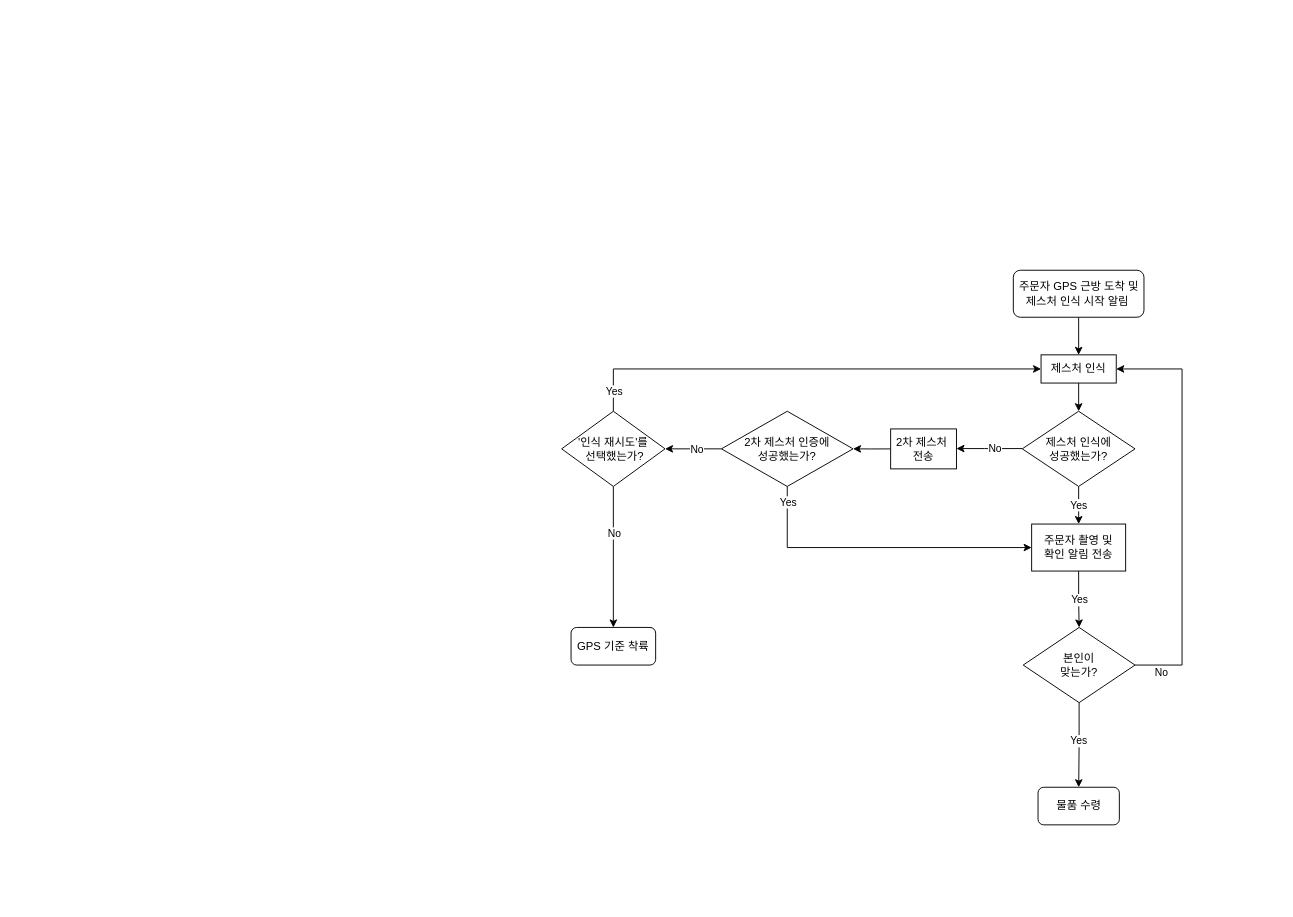
giljihun/TIL keeps this draw.io diagram as '23특허/제목 없는 다이어그램.drawio. Above is the earlier version. Source tidied: cells renumbered, new cells numbered last; positions are measured from the earlier drawing's top-left corner, leaving out a move shared by most shapes. Both pictures are drawn from the tidied source at 94%, with x=0, y=0 at pixel (561, 270).
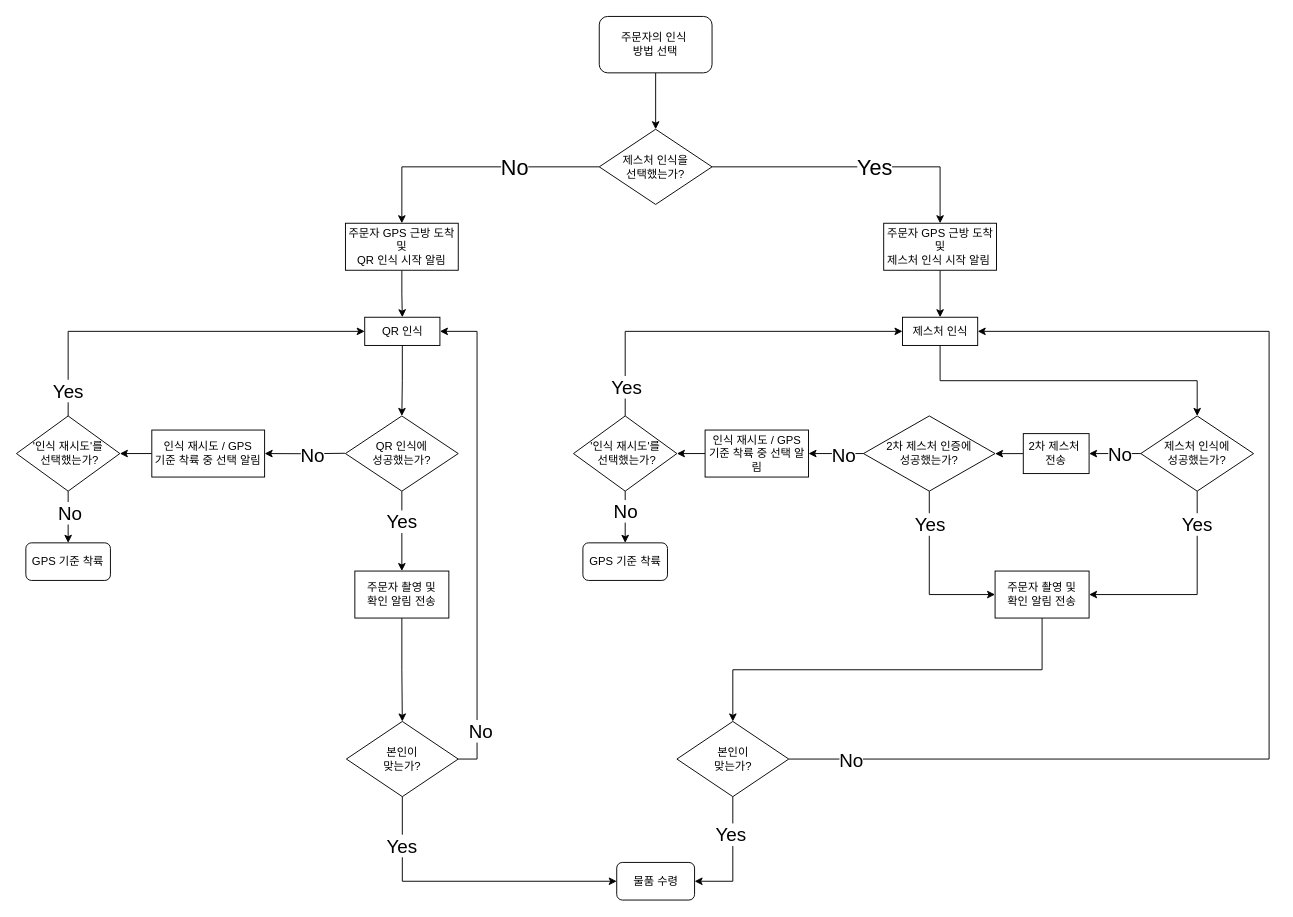
The same page after the edit.

Commit message:
특허230907.drawio 업데이트

Unchanged cells that the change refers to:
```xml
<mxCell id="13" style="edgeStyle=orthogonalEdgeStyle;rounded=0;jettySize=auto;html=1;exitX=0.5;exitY=1;exitDx=0;exitDy=0;entryX=0.5;entryY=0;entryDx=0;entryDy=0;" parent="1" edge="1" source="15" target="10">
  <mxGeometry relative="1" as="geometry" />
</mxCell>
<mxCell id="18" style="edgeStyle=orthogonalEdgeStyle;rounded=0;jettySize=auto;html=1;exitX=0.5;exitY=0;exitDx=0;exitDy=0;entryX=0;entryY=0.5;entryDx=0;entryDy=0;" parent="1" edge="1" source="22" target="29">
  <mxGeometry relative="1" as="geometry" />
</mxCell>
<mxCell id="20" style="edgeStyle=orthogonalEdgeStyle;rounded=0;jettySize=auto;html=1;exitX=0.5;exitY=1;exitDx=0;exitDy=0;entryX=0.5;entryY=0;entryDx=0;entryDy=0;" parent="1" edge="1" source="22" target="23">
  <mxGeometry relative="1" as="geometry" />
</mxCell>
```

Change to the diagram source:
```diff
@@
-    <mxCell id="2" style="edgeStyle=orthogonalEdgeStyle;rounded=0;orthogonalLoop=1;jettySize=auto;html=1;exitX=0;exitY=0.5;exitDx=0;exitDy=0;" parent="1" edge="1">
-      <mxGeometry relative="1" as="geometry">
-        <mxPoint x="490" y="189.7" as="sourcePoint" />
-        <mxPoint x="420" y="189.7" as="targetPoint" />
-        <Array as="points">
-          <mxPoint x="450" y="190" />
-          <mxPoint x="450" y="190" />
-        </Array>
-      </mxGeometry>
-    </mxCell>
-    <mxCell id="3" value="No" style="edgeLabel;html=1;align=center;verticalAlign=middle;" parent="2" vertex="1">
-      <mxGeometry x="-0.39" relative="1" as="geometry">
-        <mxPoint x="-9" as="offset" />
-      </mxGeometry>
-    </mxCell>
-    <mxCell id="4" value="Yes" style="edgeStyle=orthogonalEdgeStyle;rounded=0;jettySize=auto;html=1;exitX=0.5;exitY=1;exitDx=0;exitDy=0;entryX=0.5;entryY=0;entryDx=0;entryDy=0;" parent="1" edge="1" source="5" target="15">
-      <mxGeometry relative="1" as="geometry">
+    <mxCell id="4" value="&lt;font style=&quot;font-size: 20px;&quot;&gt;Yes&lt;/font&gt;" style="edgeStyle=orthogonalEdgeStyle;rounded=0;jettySize=auto;html=1;exitX=0.5;exitY=1;exitDx=0;exitDy=0;entryX=1;entryY=0.5;entryDx=0;entryDy=0;" parent="1" edge="1" source="5" target="15">
+      <mxGeometry x="-0.69" relative="1" as="geometry">
         <Array as="points">
-          <mxPoint x="550" y="250" />
-          <mxPoint x="550" y="250" />
+          <mxPoint x="676.1" y="345" />
         </Array>
       </mxGeometry>
     </mxCell>
+    <mxCell id="32" style="edgeStyle=orthogonalEdgeStyle;rounded=0;jettySize=auto;html=1;exitX=0;exitY=0.5;exitDx=0;exitDy=0;entryX=1;entryY=0.5;entryDx=0;entryDy=0;" parent="1" edge="1" source="5" target="17">
+      <mxGeometry relative="1" as="geometry" />
+    </mxCell>
+    <mxCell id="33" value="&lt;font style=&quot;font-size: 20px;&quot;&gt;No&lt;/font&gt;" style="edgeLabel;html=1;align=center;verticalAlign=middle;" parent="32" vertex="1">
+      <mxGeometry x="-0.18" y="-1" relative="1" as="geometry" />
+    </mxCell>
     <mxCell id="5" value="제스처 인식에&lt;br&gt;성공했는가?" style="rhombus;whiteSpace=wrap;html=1;" parent="1" vertex="1">
-      <mxGeometry x="490" y="150" width="120" height="80" as="geometry" />
+      <mxGeometry x="616.1" y="155" width="120" height="80" as="geometry" />
     </mxCell>
-    <mxCell id="6" style="edgeStyle=orthogonalEdgeStyle;rounded=0;jettySize=auto;html=1;exitX=0.5;exitY=1;exitDx=0;exitDy=0;entryX=0.5;entryY=0;entryDx=0;entryDy=0;" parent="1" edge="1" source="10" target="12">
-      <mxGeometry relative="1" as="geometry" />
-    </mxCell>
-    <mxCell id="7" value="Yes" style="edgeLabel;html=1;align=center;verticalAlign=middle;" parent="6" vertex="1">
-      <mxGeometry x="-0.83" relative="1" as="geometry">
-        <mxPoint x="-1" y="32" as="offset" />
-      </mxGeometry>
-    </mxCell>
     <mxCell id="8" style="edgeStyle=orthogonalEdgeStyle;rounded=0;jettySize=auto;html=1;exitX=1;exitY=0.5;exitDx=0;exitDy=0;entryX=1;entryY=0.5;entryDx=0;entryDy=0;" parent="1" edge="1" source="10" target="29">
       <mxGeometry relative="1" as="geometry">
         <Array as="points">
-          <mxPoint x="660" y="420" />
-          <mxPoint x="660" y="105" />
+          <mxPoint x="752.6" y="520" />
+          <mxPoint x="752.6" y="65" />
         </Array>
       </mxGeometry>
     </mxCell>
-    <mxCell id="9" value="No" style="edgeLabel;html=1;align=center;verticalAlign=middle;" parent="8" vertex="1">
+    <mxCell id="9" value="&lt;font style=&quot;font-size: 20px;&quot;&gt;No&lt;/font&gt;" style="edgeLabel;html=1;align=center;verticalAlign=middle;" parent="8" vertex="1">
       <mxGeometry x="-0.78" y="-1" relative="1" as="geometry">
-        <mxPoint x="-21" y="6" as="offset" />
+        <mxPoint x="-74" y="-1" as="offset" />
       </mxGeometry>
     </mxCell>
+    <mxCell id="6" style="edgeStyle=orthogonalEdgeStyle;rounded=0;jettySize=auto;html=1;exitX=0.5;exitY=1;exitDx=0;exitDy=0;entryX=1;entryY=0.5;entryDx=0;entryDy=0;" parent="1" edge="1" source="10" target="12">
+      <mxGeometry relative="1" as="geometry" />
+    </mxCell>
+    <mxCell id="34" value="&lt;font style=&quot;font-size: 20px;&quot;&gt;Yes&lt;/font&gt;" style="edgeLabel;html=1;align=center;verticalAlign=middle;" parent="6" vertex="1">
+      <mxGeometry x="-0.4" y="-3" relative="1" as="geometry" />
+    </mxCell>
     <mxCell id="10" value="본인이&lt;br&gt;맞는가?" style="rhombus;whiteSpace=wrap;html=1;" parent="1" vertex="1">
-      <mxGeometry x="491" y="380" width="119" height="80" as="geometry" />
+      <mxGeometry x="122.6" y="480" width="119" height="80" as="geometry" />
     </mxCell>
@@
     <mxCell id="12" value="물품 수령" style="rounded=1;whiteSpace=wrap;html=1;" parent="1" vertex="1">
-      <mxGeometry x="506.8" y="550" width="86.5" height="40" as="geometry" />
+      <mxGeometry x="58.6" y="630" width="82.8" height="40" as="geometry" />
     </mxCell>
@@
-    <mxCell id="14" value="Yes" style="edgeLabel;html=1;align=center;verticalAlign=middle;" parent="13" vertex="1">
-      <mxGeometry x="0.02" relative="1" as="geometry" />
-    </mxCell>
     <mxCell id="15" value="주문자 촬영 및&lt;br style=&quot;border-color: var(--border-color);&quot;&gt;확인 알림 전송" style="rounded=0;whiteSpace=wrap;html=1;" parent="1" vertex="1">
-      <mxGeometry x="500" y="270" width="100" height="50" as="geometry" />
+      <mxGeometry x="461.1" y="320" width="100" height="50" as="geometry" />
     </mxCell>
@@
     <mxCell id="17" value="2차 제스처&amp;nbsp;&lt;br&gt;전송" style="rounded=0;whiteSpace=wrap;html=1;" parent="1" vertex="1">
-      <mxGeometry x="350" y="168.8" width="70" height="42.5" as="geometry" />
+      <mxGeometry x="491.1" y="173.8" width="70" height="42.5" as="geometry" />
     </mxCell>
@@
-    <mxCell id="19" value="Yes" style="edgeLabel;html=1;align=center;verticalAlign=middle;" parent="18" vertex="1">
-      <mxGeometry x="-0.91" y="3" relative="1" as="geometry">
-        <mxPoint x="3" as="offset" />
-      </mxGeometry>
-    </mxCell>
+    <mxCell id="35" value="&lt;font style=&quot;font-size: 20px;&quot;&gt;Yes&lt;/font&gt;" style="edgeLabel;html=1;align=center;verticalAlign=middle;" parent="18" vertex="1">
+      <mxGeometry x="-0.84" y="-1" relative="1" as="geometry">
+        <mxPoint y="-1" as="offset" />
+      </mxGeometry>
+    </mxCell>
@@
-    <mxCell id="21" value="No" style="edgeLabel;html=1;align=center;verticalAlign=middle;" parent="20" vertex="1">
+    <mxCell id="21" value="&lt;font style=&quot;font-size: 20px;&quot;&gt;No&lt;/font&gt;" style="edgeLabel;html=1;align=center;verticalAlign=middle;" parent="20" vertex="1">
       <mxGeometry x="-0.73" y="-1" relative="1" as="geometry">
-        <mxPoint x="1" y="29" as="offset" />
+        <mxPoint x="1" y="13" as="offset" />
       </mxGeometry>
     </mxCell>
     <mxCell id="22" value="'인식 재시도'를&lt;br&gt;&amp;nbsp;선택했는가?" style="rhombus;whiteSpace=wrap;html=1;" parent="1" vertex="1">
-      <mxGeometry y="150" width="110" height="80" as="geometry" />
+      <mxGeometry x="12.6" y="155" width="110" height="80" as="geometry" />
     </mxCell>
     <mxCell id="23" value="GPS 기준 착륙" style="rounded=1;whiteSpace=wrap;html=1;" parent="1" vertex="1">
-      <mxGeometry x="10" y="380" width="90" height="40" as="geometry" />
+      <mxGeometry x="22.6" y="290" width="90" height="40" as="geometry" />
     </mxCell>
     <mxCell id="24" style="edgeStyle=orthogonalEdgeStyle;rounded=0;jettySize=auto;html=1;exitX=0.5;exitY=1;exitDx=0;exitDy=0;entryX=0;entryY=0.5;entryDx=0;entryDy=0;" parent="1" edge="1" source="28" target="15">
       <mxGeometry relative="1" as="geometry">
         <Array as="points">
-          <mxPoint x="240" y="295" />
+          <mxPoint x="391" y="345" />
         </Array>
       </mxGeometry>
     </mxCell>
-    <mxCell id="25" value="Yes" style="edgeLabel;html=1;align=center;verticalAlign=middle;" parent="24" vertex="1">
+    <mxCell id="25" value="&lt;font style=&quot;font-size: 20px;&quot;&gt;Yes&lt;/font&gt;" style="edgeLabel;html=1;align=center;verticalAlign=middle;" parent="24" vertex="1">
       <mxGeometry x="-0.85" y="-2" relative="1" as="geometry">
-        <mxPoint x="2" y="-8" as="offset" />
+        <mxPoint x="2" y="20" as="offset" />
       </mxGeometry>
     </mxCell>
-    <mxCell id="26" style="edgeStyle=orthogonalEdgeStyle;rounded=0;jettySize=auto;html=1;exitX=0;exitY=0.5;exitDx=0;exitDy=0;entryX=1;entryY=0.5;entryDx=0;entryDy=0;" parent="1" edge="1" source="28" target="22">
-      <mxGeometry relative="1" as="geometry" />
-    </mxCell>
-    <mxCell id="27" value="No" style="edgeLabel;html=1;align=center;verticalAlign=middle;" parent="26" vertex="1">
-      <mxGeometry x="-0.11" relative="1" as="geometry" />
-    </mxCell>
+    <mxCell id="36" style="edgeStyle=orthogonalEdgeStyle;rounded=0;jettySize=auto;html=1;exitX=0;exitY=0.5;exitDx=0;exitDy=0;entryX=1;entryY=0.5;entryDx=0;entryDy=0;" parent="1" edge="1" source="28" target="67">
+      <mxGeometry relative="1" as="geometry" />
+    </mxCell>
+    <mxCell id="37" value="&lt;font style=&quot;font-size: 20px;&quot;&gt;No&lt;/font&gt;" style="edgeLabel;html=1;align=center;verticalAlign=middle;" parent="36" vertex="1">
+      <mxGeometry x="-0.49" y="-2" relative="1" as="geometry">
+        <mxPoint x="-7" y="2" as="offset" />
+      </mxGeometry>
+    </mxCell>
     <mxCell id="28" value="2차 제스처 인증에&lt;br&gt;성공했는가?" style="rhombus;whiteSpace=wrap;html=1;" parent="1" vertex="1">
-      <mxGeometry x="170" y="150" width="140" height="80" as="geometry" />
+      <mxGeometry x="321.1" y="155" width="140" height="80" as="geometry" />
     </mxCell>
     <mxCell id="29" value="제스처 인식" style="rounded=0;whiteSpace=wrap;html=1;" parent="1" vertex="1">
-      <mxGeometry x="510" y="90" width="80" height="30" as="geometry" />
+      <mxGeometry x="362.6" y="50" width="80" height="30" as="geometry" />
     </mxCell>
@@
-    <mxCell id="31" value="주문자 GPS 근방 도착 및 &lt;br&gt;제스처 인식 시작 알림&amp;nbsp;" style="rounded=1;whiteSpace=wrap;html=1;" parent="1" vertex="1">
-      <mxGeometry x="480.5" width="139" height="50" as="geometry" />
+    <mxCell id="31" value="주문자 GPS 근방 도착 및&lt;br style=&quot;border-color: var(--border-color);&quot;&gt;제스처 인식 시작 알림&amp;nbsp;" style="rounded=0;whiteSpace=wrap;html=1;" parent="1" vertex="1">
+      <mxGeometry x="342.6" y="-50" width="120" height="50" as="geometry" />
     </mxCell>
+    <mxCell id="38" style="edgeStyle=orthogonalEdgeStyle;rounded=0;jettySize=auto;html=1;exitX=1;exitY=0.5;exitDx=0;exitDy=0;entryX=0.5;entryY=0;entryDx=0;entryDy=0;" parent="1" edge="1" source="42" target="31">
+      <mxGeometry relative="1" as="geometry" />
+    </mxCell>
+    <mxCell id="39" value="&lt;font style=&quot;font-size: 23px;&quot;&gt;Yes&lt;/font&gt;" style="edgeLabel;html=1;align=center;verticalAlign=middle;" parent="38" vertex="1">
+      <mxGeometry x="-0.38" y="1" relative="1" as="geometry">
+        <mxPoint x="78" y="1" as="offset" />
+      </mxGeometry>
+    </mxCell>
+    <mxCell id="40" style="edgeStyle=orthogonalEdgeStyle;rounded=0;jettySize=auto;html=1;exitX=0;exitY=0.5;exitDx=0;exitDy=0;entryX=0.5;entryY=0;entryDx=0;entryDy=0;" parent="1" edge="1" source="42" target="46">
+      <mxGeometry relative="1" as="geometry">
+        <Array as="points">
+          <mxPoint x="-170" y="-110" />
+        </Array>
+      </mxGeometry>
+    </mxCell>
+    <mxCell id="41" value="&lt;font style=&quot;font-size: 23px;&quot;&gt;No&lt;/font&gt;" style="edgeLabel;html=1;align=center;verticalAlign=middle;" parent="40" vertex="1">
+      <mxGeometry x="-0.3" y="1" relative="1" as="geometry">
+        <mxPoint x="4" y="-1" as="offset" />
+      </mxGeometry>
+    </mxCell>
+    <mxCell id="42" value="제스처 인식을 &lt;br&gt;선택했는가?" style="rhombus;whiteSpace=wrap;html=1;" parent="1" vertex="1">
+      <mxGeometry x="40" y="-150" width="120" height="80" as="geometry" />
+    </mxCell>
+    <mxCell id="43" style="edgeStyle=orthogonalEdgeStyle;rounded=0;jettySize=auto;html=1;exitX=0.5;exitY=1;exitDx=0;exitDy=0;entryX=0.5;entryY=0;entryDx=0;entryDy=0;" parent="1" edge="1" source="44" target="42">
+      <mxGeometry relative="1" as="geometry" />
+    </mxCell>
+    <mxCell id="44" value="주문자의 인식&amp;nbsp;&lt;br&gt;방법 선택" style="rounded=1;whiteSpace=wrap;html=1;" parent="1" vertex="1">
+      <mxGeometry x="40" y="-270" width="120" height="60" as="geometry" />
+    </mxCell>
+    <mxCell id="45" style="edgeStyle=orthogonalEdgeStyle;rounded=0;jettySize=auto;html=1;exitX=0.5;exitY=1;exitDx=0;exitDy=0;entryX=0.5;entryY=0;entryDx=0;entryDy=0;" parent="1" edge="1" source="46" target="60">
+      <mxGeometry relative="1" as="geometry" />
+    </mxCell>
+    <mxCell id="46" value="주문자 GPS 근방 도착&lt;br&gt;및&lt;br&gt;QR 인식 시작 알림" style="whiteSpace=wrap;html=1;" parent="1" vertex="1">
+      <mxGeometry x="-230" y="-50" width="120" height="50" as="geometry" />
+    </mxCell>
+    <mxCell id="47" style="edgeStyle=orthogonalEdgeStyle;rounded=0;jettySize=auto;html=1;exitX=0;exitY=0.5;exitDx=0;exitDy=0;entryX=1;entryY=0.5;entryDx=0;entryDy=0;" parent="1" edge="1" target="69">
+      <mxGeometry relative="1" as="geometry">
+        <mxPoint x="-230.5" y="194.7" as="sourcePoint" />
+      </mxGeometry>
+    </mxCell>
+    <mxCell id="48" value="&lt;font style=&quot;font-size: 20px;&quot;&gt;No&lt;/font&gt;" style="edgeLabel;html=1;align=center;verticalAlign=middle;" parent="47" vertex="1">
+      <mxGeometry x="-0.39" relative="1" as="geometry">
+        <mxPoint x="-9" as="offset" />
+      </mxGeometry>
+    </mxCell>
+    <mxCell id="49" value="&lt;font style=&quot;font-size: 20px;&quot;&gt;Yes&lt;/font&gt;" style="edgeStyle=orthogonalEdgeStyle;rounded=0;jettySize=auto;html=1;exitX=0.5;exitY=1;exitDx=0;exitDy=0;entryX=0.5;entryY=0;entryDx=0;entryDy=0;" parent="1" edge="1" source="50" target="53">
+      <mxGeometry x="-0.25" relative="1" as="geometry">
+        <Array as="points">
+          <mxPoint x="-170.5" y="255" />
+          <mxPoint x="-170.5" y="255" />
+        </Array>
+      </mxGeometry>
+    </mxCell>
+    <mxCell id="50" value="QR 인식에&lt;br&gt;성공했는가?" style="rhombus;whiteSpace=wrap;html=1;" parent="1" vertex="1">
+      <mxGeometry x="-230" y="155" width="120" height="80" as="geometry" />
+    </mxCell>
+    <mxCell id="51" style="edgeStyle=orthogonalEdgeStyle;rounded=0;jettySize=auto;html=1;exitX=0.5;exitY=1;exitDx=0;exitDy=0;entryX=0.5;entryY=0;entryDx=0;entryDy=0;" parent="1" edge="1" source="60" target="50">
+      <mxGeometry relative="1" as="geometry" />
+    </mxCell>
+    <mxCell id="52" style="edgeStyle=orthogonalEdgeStyle;rounded=0;jettySize=auto;html=1;exitX=0.5;exitY=1;exitDx=0;exitDy=0;entryX=0.5;entryY=0;entryDx=0;entryDy=0;" parent="1" edge="1" source="53" target="65">
+      <mxGeometry relative="1" as="geometry" />
+    </mxCell>
+    <mxCell id="53" value="주문자 촬영 및&lt;br style=&quot;border-color: var(--border-color);&quot;&gt;확인 알림 전송" style="rounded=0;whiteSpace=wrap;html=1;" parent="1" vertex="1">
+      <mxGeometry x="-220" y="320" width="100" height="50" as="geometry" />
+    </mxCell>
+    <mxCell id="54" style="edgeStyle=orthogonalEdgeStyle;rounded=0;jettySize=auto;html=1;exitX=0.5;exitY=0;exitDx=0;exitDy=0;entryX=0;entryY=0.5;entryDx=0;entryDy=0;" parent="1" edge="1" source="58" target="60">
+      <mxGeometry relative="1" as="geometry" />
+    </mxCell>
+    <mxCell id="55" value="&lt;font style=&quot;font-size: 20px;&quot;&gt;Yes&lt;/font&gt;" style="edgeLabel;html=1;align=center;verticalAlign=middle;" parent="54" vertex="1">
+      <mxGeometry x="-0.91" y="3" relative="1" as="geometry">
+        <mxPoint x="2" y="-10" as="offset" />
+      </mxGeometry>
+    </mxCell>
+    <mxCell id="56" style="edgeStyle=orthogonalEdgeStyle;rounded=0;jettySize=auto;html=1;exitX=0.5;exitY=1;exitDx=0;exitDy=0;entryX=0.5;entryY=0;entryDx=0;entryDy=0;" parent="1" edge="1" source="58" target="59">
+      <mxGeometry relative="1" as="geometry" />
+    </mxCell>
+    <mxCell id="57" value="&lt;font style=&quot;font-size: 20px;&quot;&gt;No&lt;/font&gt;" style="edgeLabel;html=1;align=center;verticalAlign=middle;" parent="56" vertex="1">
+      <mxGeometry x="-0.2" y="1" relative="1" as="geometry" />
+    </mxCell>
+    <mxCell id="58" value="'인식 재시도'를&lt;br&gt;&amp;nbsp;선택했는가?" style="rhombus;whiteSpace=wrap;html=1;" parent="1" vertex="1">
+      <mxGeometry x="-580" y="155" width="110" height="80" as="geometry" />
+    </mxCell>
+    <mxCell id="59" value="GPS 기준 착륙" style="rounded=1;whiteSpace=wrap;html=1;" parent="1" vertex="1">
+      <mxGeometry x="-570" y="290" width="90" height="40" as="geometry" />
+    </mxCell>
+    <mxCell id="60" value="QR 인식" style="rounded=0;whiteSpace=wrap;html=1;" parent="1" vertex="1">
+      <mxGeometry x="-209.5" y="50" width="80" height="30" as="geometry" />
+    </mxCell>
+    <mxCell id="61" style="edgeStyle=orthogonalEdgeStyle;rounded=0;jettySize=auto;html=1;exitX=0.5;exitY=1;exitDx=0;exitDy=0;entryX=0;entryY=0.5;entryDx=0;entryDy=0;" parent="1" edge="1" source="65" target="12">
+      <mxGeometry relative="1" as="geometry" />
+    </mxCell>
+    <mxCell id="62" value="&lt;font style=&quot;font-size: 20px;&quot;&gt;Yes&lt;/font&gt;" style="edgeLabel;html=1;align=center;verticalAlign=middle;" parent="61" vertex="1">
+      <mxGeometry x="-0.68" y="-3" relative="1" as="geometry">
+        <mxPoint x="2" as="offset" />
+      </mxGeometry>
+    </mxCell>
+    <mxCell id="63" style="edgeStyle=orthogonalEdgeStyle;rounded=0;jettySize=auto;html=1;exitX=1;exitY=0.5;exitDx=0;exitDy=0;entryX=1;entryY=0.5;entryDx=0;entryDy=0;" parent="1" edge="1" source="65" target="60">
+      <mxGeometry relative="1" as="geometry" />
+    </mxCell>
+    <mxCell id="64" value="&lt;font style=&quot;font-size: 20px;&quot;&gt;No&lt;/font&gt;" style="edgeLabel;html=1;align=center;verticalAlign=middle;" parent="63" vertex="1">
+      <mxGeometry x="-0.8" y="-3" relative="1" as="geometry" />
+    </mxCell>
+    <mxCell id="65" value="본인이&lt;br&gt;맞는가?" style="rhombus;whiteSpace=wrap;html=1;" parent="1" vertex="1">
+      <mxGeometry x="-229" y="480" width="119" height="80" as="geometry" />
+    </mxCell>
+    <mxCell id="66" style="edgeStyle=orthogonalEdgeStyle;rounded=0;jettySize=auto;html=1;exitX=0;exitY=0.5;exitDx=0;exitDy=0;entryX=1;entryY=0.5;entryDx=0;entryDy=0;" parent="1" edge="1" source="67" target="22">
+      <mxGeometry relative="1" as="geometry" />
+    </mxCell>
+    <mxCell id="67" value="인식 재시도 / GPS&lt;br&gt;기준 착륙 중 선택 알림" style="whiteSpace=wrap;html=1;" parent="1" vertex="1">
+      <mxGeometry x="152.6" y="170" width="110" height="50" as="geometry" />
+    </mxCell>
+    <mxCell id="68" style="edgeStyle=orthogonalEdgeStyle;rounded=0;jettySize=auto;html=1;exitX=0;exitY=0.5;exitDx=0;exitDy=0;entryX=1;entryY=0.5;entryDx=0;entryDy=0;" parent="1" edge="1" source="69" target="58">
+      <mxGeometry relative="1" as="geometry" />
+    </mxCell>
+    <mxCell id="69" value="인식 재시도 / GPS&lt;br&gt;기준 착륙 중 선택 알림" style="whiteSpace=wrap;html=1;" parent="1" vertex="1">
+      <mxGeometry x="-436" y="170" width="120" height="50" as="geometry" />
+    </mxCell>
```
